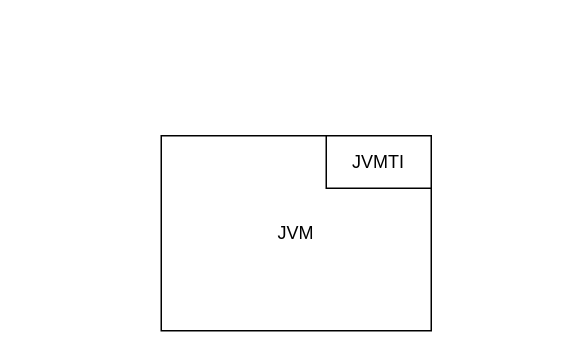
The draw.io diagram Java Agent.drawio in ChrisFynnWang/algorithm, before the edit. Source tidied: cells renumbered, new cells numbered last; positions are measured from the earlier drawing's top-left corner, leaving out a move shared by most shapes. Both pictures are drawn from the tidied source at 150%, with x=0, y=0 at pixel (160, 135).
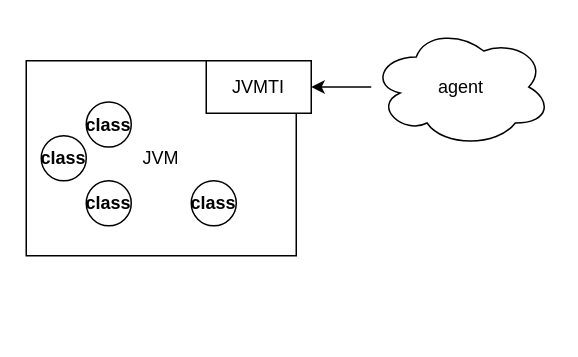
The same diagram, later.

What changed in the source:
```diff
@@
 <mxGraphModel>
   <root>
     <mxCell id="0" />
     <mxCell id="1" parent="0" />
     <mxCell id="2" value="JVM" style="rounded=0;whiteSpace=wrap;html=1;" parent="1" vertex="1">
-      <mxGeometry width="180" height="130" as="geometry" />
+      <mxGeometry x="-90" y="-50" width="180" height="130" as="geometry" />
     </mxCell>
     <mxCell id="3" value="JVMTI" style="rounded=0;whiteSpace=wrap;html=1;" parent="1" vertex="1">
-      <mxGeometry x="110" width="70" height="35" as="geometry" />
+      <mxGeometry x="30" y="-50" width="70" height="35" as="geometry" />
     </mxCell>
+    <mxCell id="4" style="edgeStyle=orthogonalEdgeStyle;rounded=0;jettySize=auto;html=1;" parent="1" edge="1" source="5" target="3">
+      <mxGeometry relative="1" as="geometry" />
+    </mxCell>
+    <mxCell id="5" value="agent" style="ellipse;shape=cloud;whiteSpace=wrap;html=1;" parent="1" vertex="1">
+      <mxGeometry x="140" y="-72.5" width="120" height="80" as="geometry" />
+    </mxCell>
+    <mxCell id="6" value="class" style="ellipse;whiteSpace=wrap;html=1;fontStyle=1;" parent="1" vertex="1">
+      <mxGeometry x="-80" width="30" height="30" as="geometry" />
+    </mxCell>
+    <mxCell id="7" value="class" style="ellipse;whiteSpace=wrap;html=1;fontStyle=1;" parent="1" vertex="1">
+      <mxGeometry x="20" y="30" width="30" height="30" as="geometry" />
+    </mxCell>
+    <mxCell id="8" value="class" style="ellipse;whiteSpace=wrap;html=1;fontStyle=1;" parent="1" vertex="1">
+      <mxGeometry x="-50" y="30" width="30" height="30" as="geometry" />
+    </mxCell>
+    <mxCell id="9" value="class" style="ellipse;whiteSpace=wrap;html=1;fontStyle=1;" parent="1" vertex="1">
+      <mxGeometry x="-50" y="-22.5" width="30" height="30" as="geometry" />
+    </mxCell>
   </root>
 </mxGraphModel>
```
